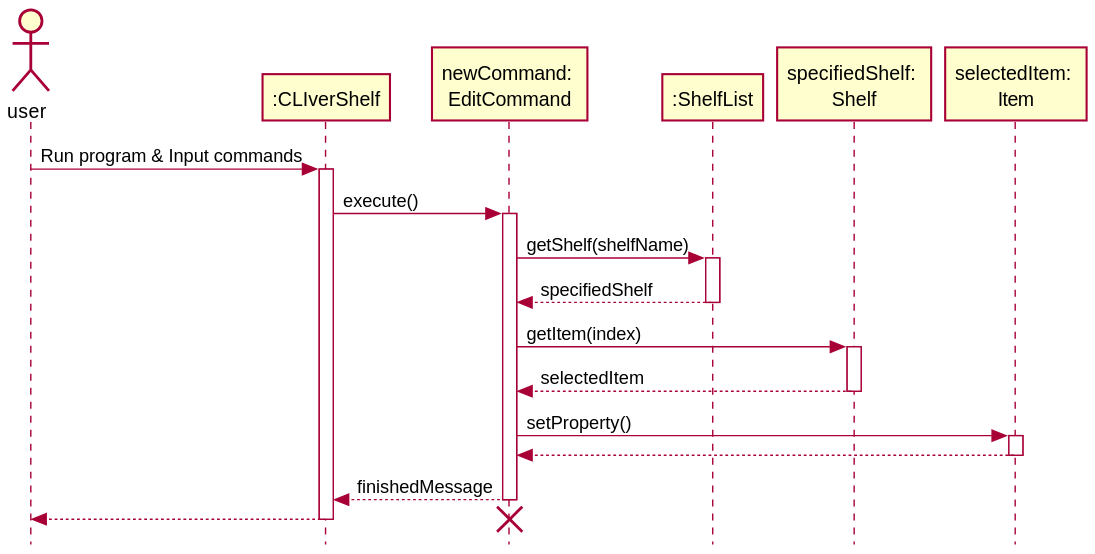
Before: docs/diagrams/Implementation_EditItems.svg, a diagram exported from PlantUML (zh1huang/tp).
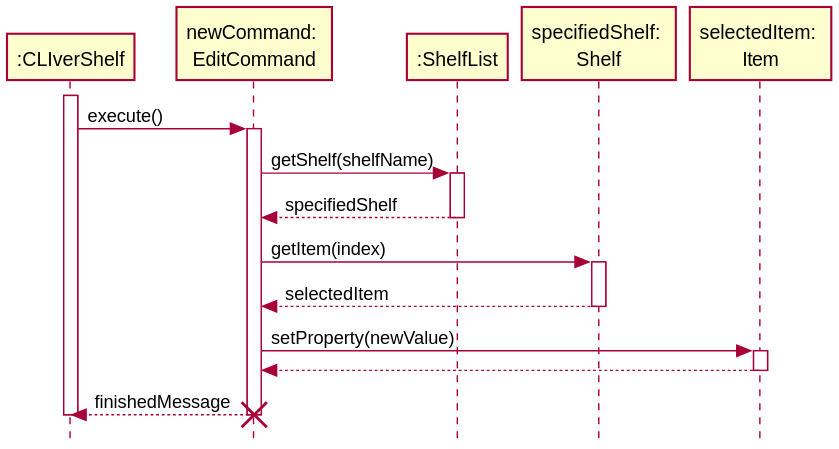
Above is the later version.

Commit message:
Add on to DG implementation & manual testing

Diff of the diagram source:
```diff
@@ -1,14 +1,13 @@
 @startuml
 !include Style.puml
 
-actor user
 participant ":CLIverShelf" as Main
 
 participant "newCommand: \nEditCommand" as Command
 participant ":ShelfList" as ShelfList
 participant "specifiedShelf: \nShelf" as Shelf
 participant "selectedItem: \nItem" as Item
-user -> Main: Run program & Input commands
+
 activate Main
 
 
@@ -23,13 +22,13 @@
 activate Shelf
 Shelf --> Command: selectedItem
 deactivate Shelf
-Command -> Item: setProperty()
+Command -> Item: setProperty(newValue)
 activate Item
 Item --> Command
 deactivate Item
 Command --> Main: finishedMessage
 deactivate Command
-Main --> user
+
 deactivate Main
 destroy Command
 
```
